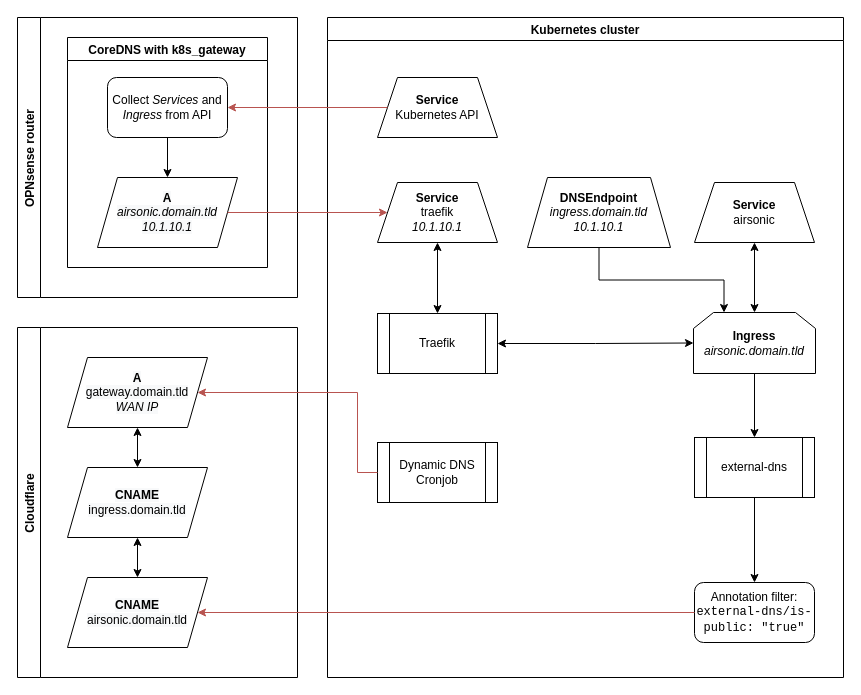
Above: docs/_assets/sources/DNS graph.drawio in bjw-s-labs/home-ops (draw.io), before the change. Source tidied: cells renumbered, new cells numbered last; positions are measured from the earlier drawing's top-left corner, leaving out a move shared by most shapes. Both pictures are drawn from the tidied source at 100%, with x=0, y=0 at pixel (17, 17).
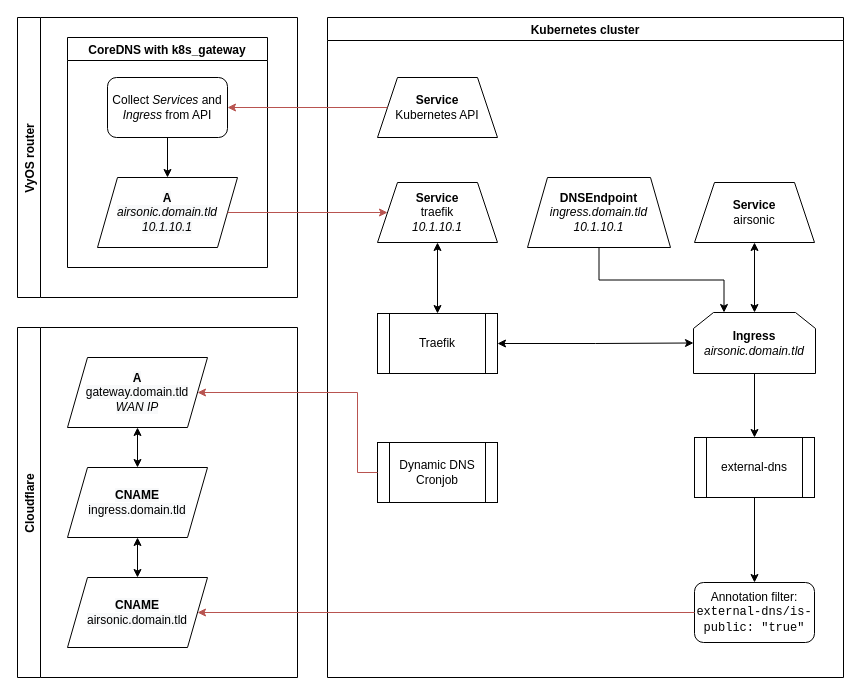
The same page after the edit.

Commit message (it also covers changes not shown here):
docs: Update router references

Change to the diagram source:
```diff
@@
-    <mxCell id="24" value="OPNsense router" style="swimlane;horizontal=0;" parent="1" vertex="1">
+    <mxCell id="24" value="VyOS router" style="swimlane;horizontal=0;" parent="1" vertex="1">
       <mxGeometry width="280" height="280" as="geometry" />
     </mxCell>
```
